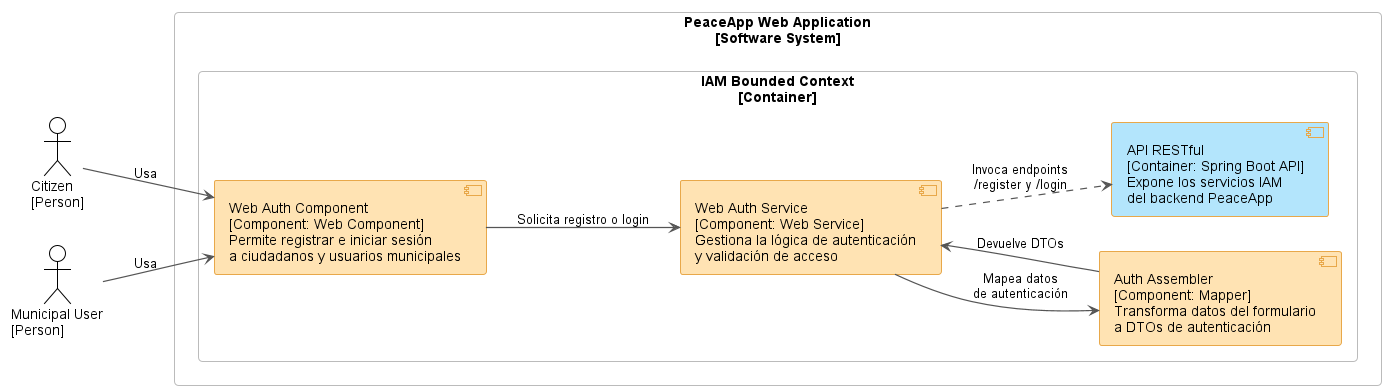
The PlantUML diagram assets/component-webapp-iam.png in PeaceApp-Emergentes/project-report, before a commit. Its diagram source:
```plantuml
@startuml component-webapp-iam
!theme plain
left to right direction

skinparam backgroundColor #FFFFFF
skinparam shadowing false
skinparam defaultFontName Arial
skinparam ArrowColor #555555
skinparam ArrowThickness 1.2

skinparam rectangle {
  BorderColor #BBBBBB
  BackgroundColor #FFFFFF
  FontColor #000000
  RoundCorner 8
}

skinparam component {
  BorderColor #E8A84A
  BackgroundColor #FFE3B3
  FontColor #000000
}

actor "Citizen\n[Person]" as Citizen
actor "Municipal User\n[Person]" as MunicipalUser

rectangle "PeaceApp Web Application\n[Software System]" as WebSystem {

  rectangle "IAM Bounded Context\n[Container]" as IAMContext {

    component "Web Auth Component\n[Component: Web Component]\nPermite registrar e iniciar sesión\na ciudadanos y usuarios municipales" as WebAuthComponent

    component "Web Auth Service\n[Component: Web Service]\nGestiona la lógica de autenticación\ny validación de acceso" as WebAuthService

    component "Auth Assembler\n[Component: Mapper]\nTransforma datos del formulario\na DTOs de autenticación" as AuthAssembler

    component "API RESTful\n[Container: Spring Boot API]\nExpone los servicios IAM\ndel backend PeaceApp" as ApiRest #B3E5FC
  }
}

Citizen --> WebAuthComponent : Usa
MunicipalUser --> WebAuthComponent : Usa

WebAuthComponent --> WebAuthService : Solicita registro o login
WebAuthService --> AuthAssembler : Mapea datos\nde autenticación
AuthAssembler --> WebAuthService : Devuelve DTOs
WebAuthService ..> ApiRest : Invoca endpoints\n/register y /login

@enduml
```
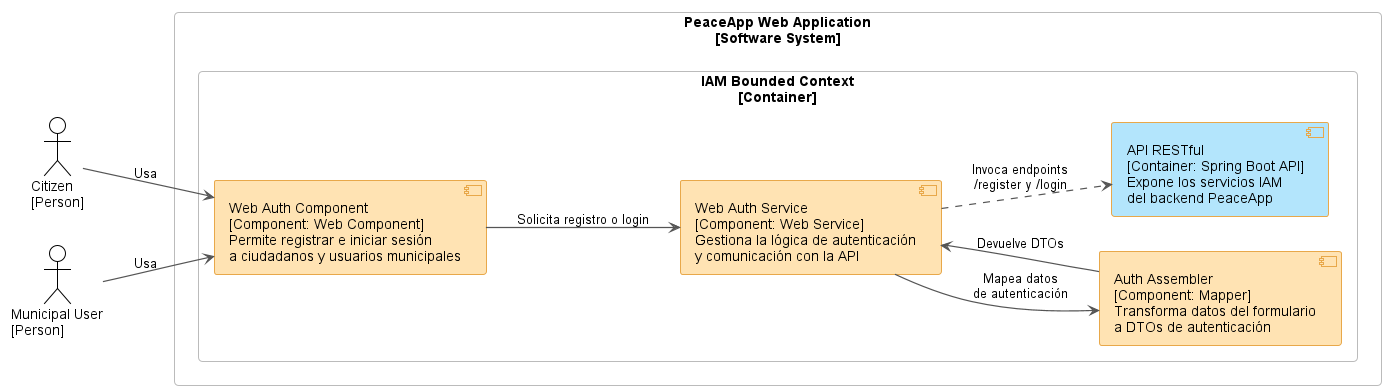
After the commit.

Diff of the diagram source:
```diff
@@ -30,7 +30,7 @@
 
     component "Web Auth Component\n[Component: Web Component]\nPermite registrar e iniciar sesión\na ciudadanos y usuarios municipales" as WebAuthComponent
 
-    component "Web Auth Service\n[Component: Web Service]\nGestiona la lógica de autenticación\ny validación de acceso" as WebAuthService
+    component "Web Auth Service\n[Component: Web Service]\nGestiona la lógica de autenticación\ny comunicación con la API" as WebAuthService
 
     component "Auth Assembler\n[Component: Mapper]\nTransforma datos del formulario\na DTOs de autenticación" as AuthAssembler
 
```
